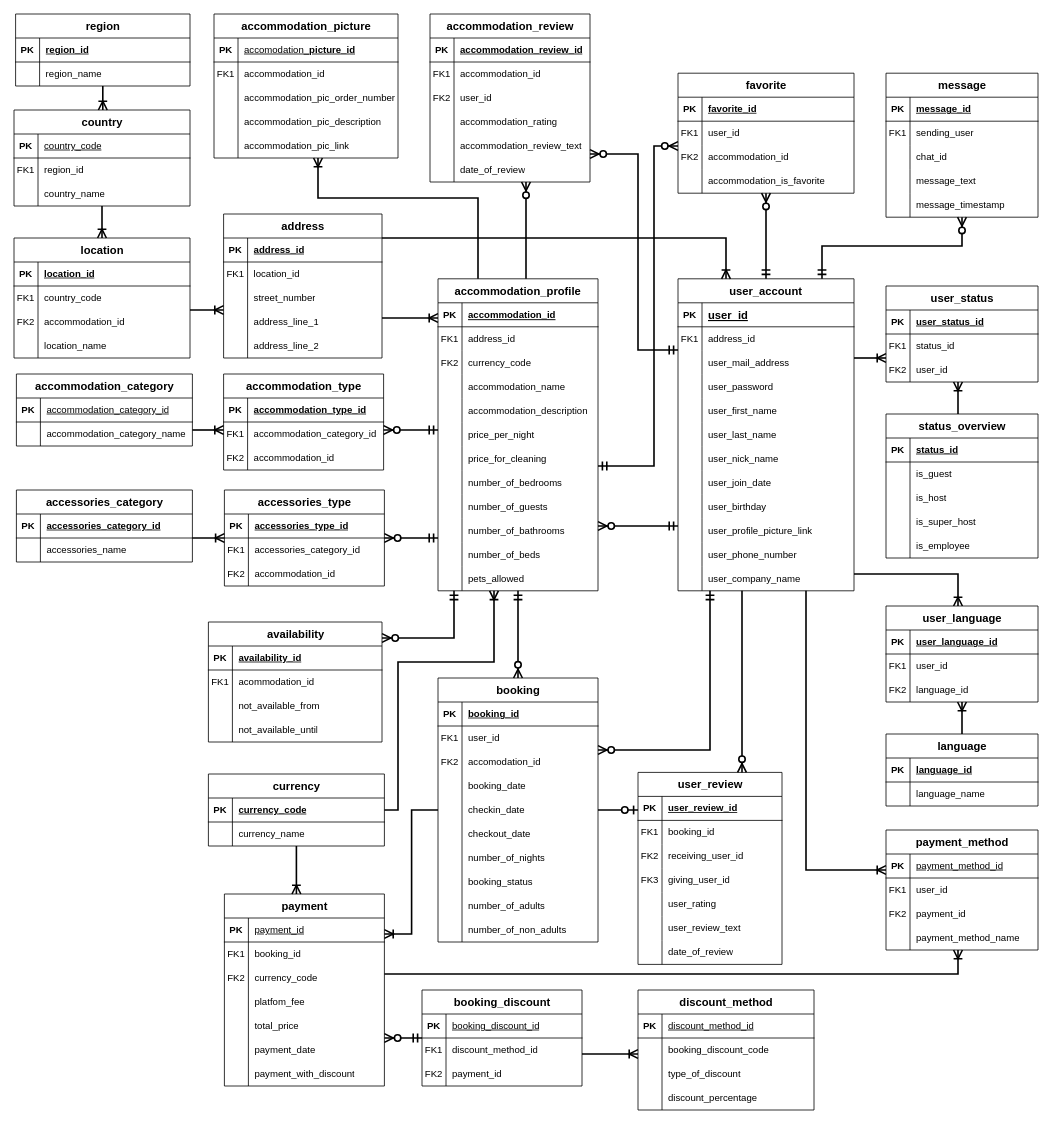
Above: Steffbnb.drawio in DaSteff91/SQL_Repo (draw.io), before the change. Source tidied: cells renumbered, new cells numbered last; positions are measured from the earlier drawing's top-left corner, leaving out a move shared by most shapes. Both pictures are drawn from the tidied source at 80%, with x=0, y=0 at pixel (14, 14).
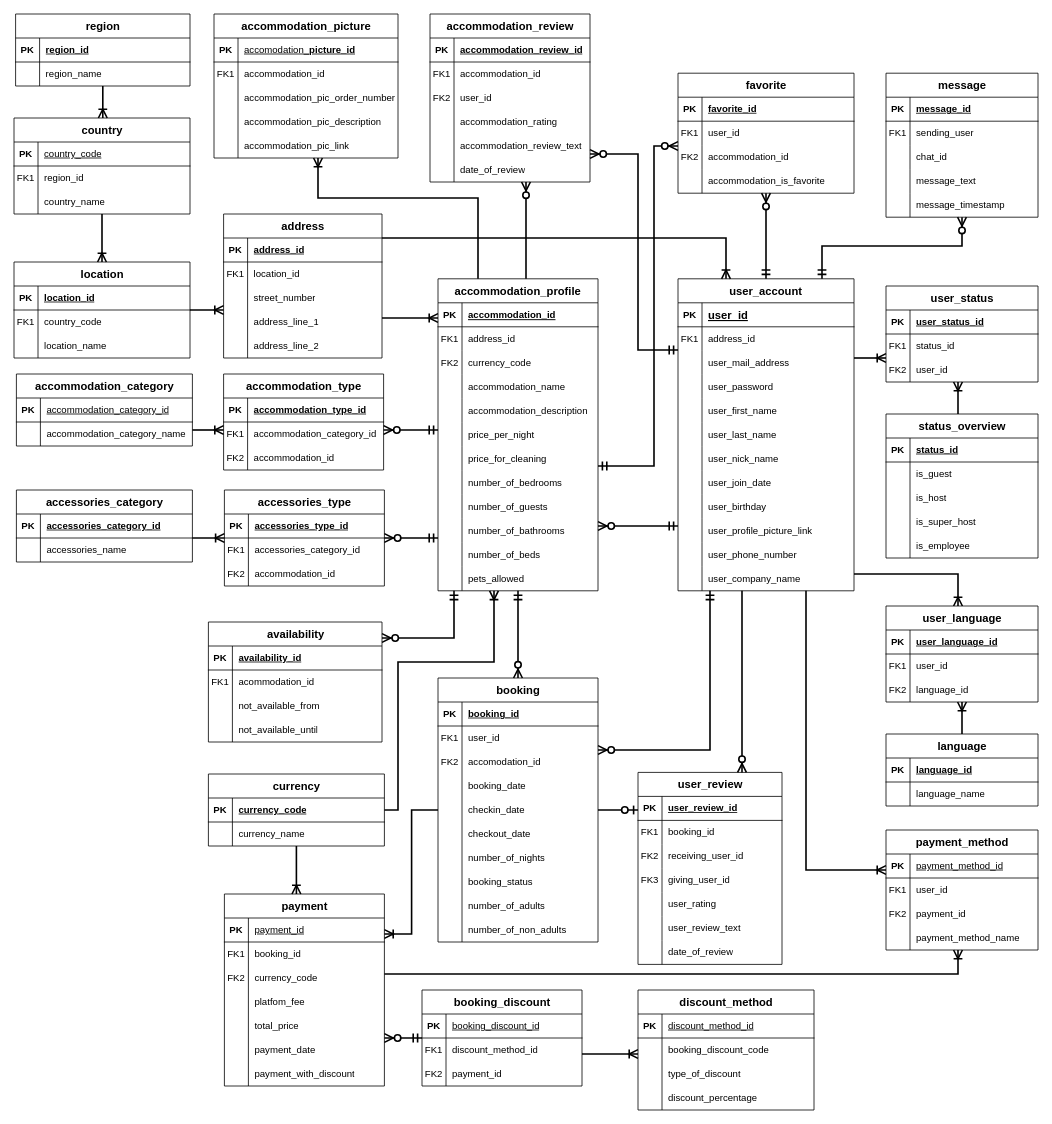
The same page after the edit.

Commit message:
Update location and small optical adjustments

Diff of the diagram source:
```diff
@@
     <mxCell id="146" value="location" style="shape=table;startSize=30;childLayout=tableLayout;rowLines=0;fontStyle=1;align=center;html=1;fontSize=14;labelBackgroundColor=none;" parent="1" vertex="1">
-      <mxGeometry y="280" width="220" height="150" as="geometry" />
+      <mxGeometry y="310" width="220" height="120" as="geometry" />
     </mxCell>
@@
-    <mxCell id="153" style="shape=tableRow;horizontal=0;startSize=0;swimlaneHead=0;swimlaneBody=0;fillColor=none;top=0;left=0;right=0;bottom=0;labelBackgroundColor=none;" parent="146" vertex="1">
-      <mxGeometry y="90" width="220" height="30" as="geometry" />
-    </mxCell>
-    <mxCell id="154" value="FK2" style="shape=partialRectangle;fillColor=none;top=0;left=0;bottom=0;right=0;overflow=hidden;whiteSpace=wrap;html=1;labelBackgroundColor=none;" parent="153" vertex="1">
-      <mxGeometry width="30" height="30" as="geometry" />
-    </mxCell>
-    <mxCell id="155" value="accommodation_id" style="shape=partialRectangle;fillColor=none;top=0;left=0;bottom=0;right=0;align=left;spacingLeft=6;overflow=hidden;whiteSpace=wrap;html=1;labelBackgroundColor=none;" parent="153" vertex="1">
-      <mxGeometry x="30" width="190" height="30" as="geometry" />
-    </mxCell>
     <mxCell id="156" style="shape=tableRow;horizontal=0;startSize=0;swimlaneHead=0;swimlaneBody=0;fillColor=none;top=0;left=0;right=0;bottom=0;labelBackgroundColor=none;" parent="146" vertex="1">
-      <mxGeometry y="120" width="220" height="30" as="geometry" />
+      <mxGeometry y="90" width="220" height="30" as="geometry" />
     </mxCell>
@@
     <mxCell id="159" value="country" style="shape=table;startSize=30;childLayout=tableLayout;rowLines=0;fontStyle=1;align=center;html=1;fontSize=14;labelBackgroundColor=none;" parent="1" vertex="1">
-      <mxGeometry y="120" width="220" height="120" as="geometry" />
+      <mxGeometry y="130" width="220" height="120" as="geometry" />
     </mxCell>
```
